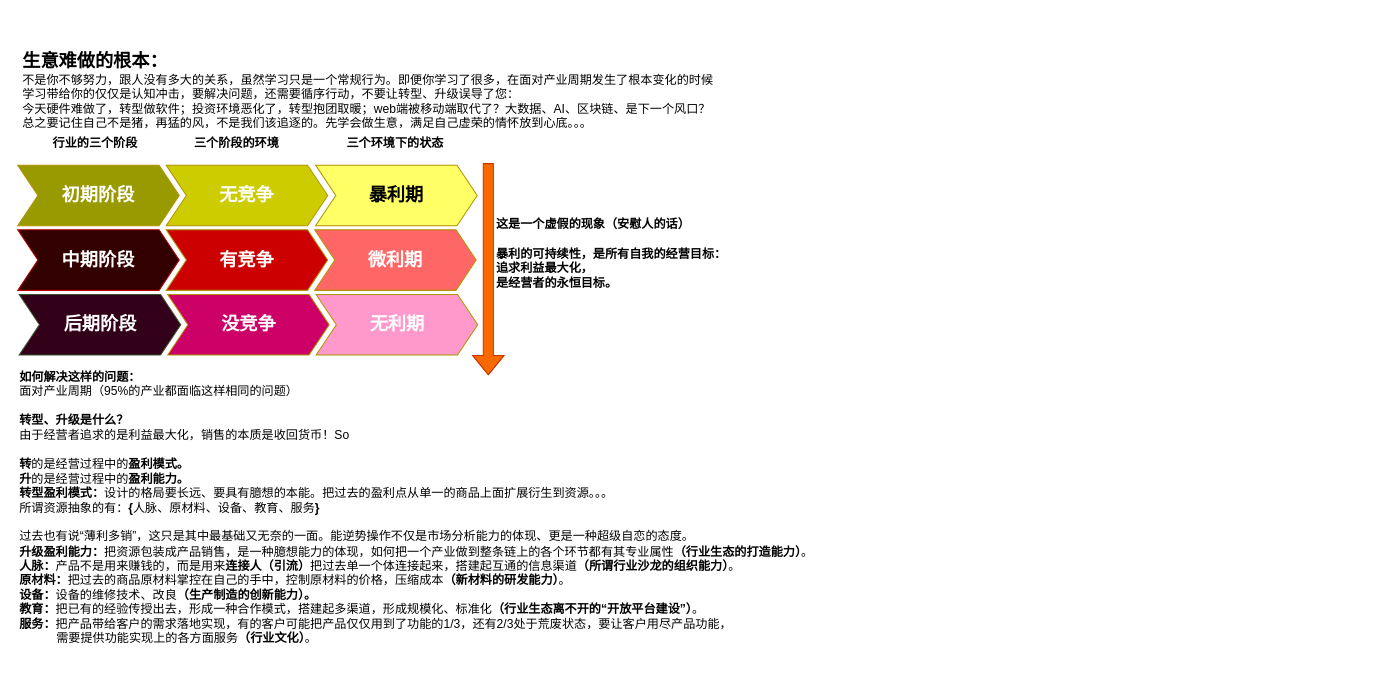
Earlier version of the draw.io diagram 生意难做之根本.drawio (UTOUUCENTER-CD/draw.io). Source tidied: cells renumbered, new cells numbered last; positions are measured from the earlier drawing's top-left corner, leaving out a move shared by most shapes. Both pictures are drawn from the tidied source at 101%, with x=0, y=0 at pixel (17, 33).
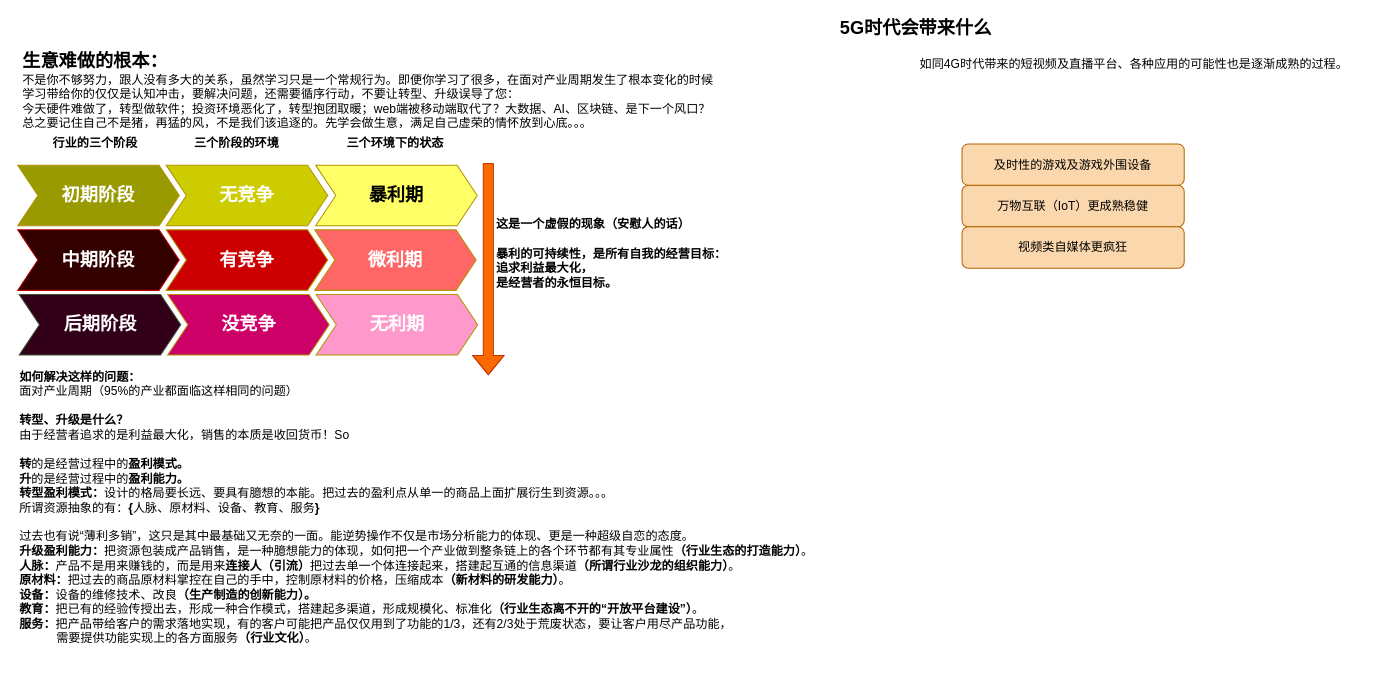
The same page after the edit.

Commit message:
Update 生意难做之根本.drawio

Diff of the diagram source:
```diff
@@
+    <mxCell id="21" value="&lt;b&gt;&lt;font style=&quot;font-size: 18px&quot;&gt;5G时代会带来什么&lt;/font&gt;&lt;/b&gt;" style="text;html=1;align=center;verticalAlign=middle;" parent="1" vertex="1">
+      <mxGeometry x="804" y="-15" width="170" height="20" as="geometry" />
+    </mxCell>
+    <mxCell id="22" value="如同4G时代带来的短视频及直播平台、各种应用的可能性也是逐渐成熟的过程。" style="text;html=1;align=center;verticalAlign=middle;" parent="1" vertex="1">
+      <mxGeometry x="885" y="20" width="440" height="20" as="geometry" />
+    </mxCell>
+    <mxCell id="23" value="万物互联（IoT）更成熟稳健" style="rounded=1;whiteSpace=wrap;html=1;fillColor=#fad7ac;strokeColor=#b46504;" parent="1" vertex="1">
+      <mxGeometry x="935" y="150" width="220" height="41" as="geometry" />
+    </mxCell>
+    <mxCell id="24" value="视频类自媒体更疯狂" style="rounded=1;whiteSpace=wrap;html=1;fillColor=#fad7ac;strokeColor=#b46504;" parent="1" vertex="1">
+      <mxGeometry x="935" y="191" width="220" height="41" as="geometry" />
+    </mxCell>
+    <mxCell id="25" value="及时性的游戏及游戏外围设备" style="rounded=1;whiteSpace=wrap;html=1;fillColor=#fad7ac;strokeColor=#b46504;" parent="1" vertex="1">
+      <mxGeometry x="935" y="109" width="220" height="41" as="geometry" />
+    </mxCell>
```
